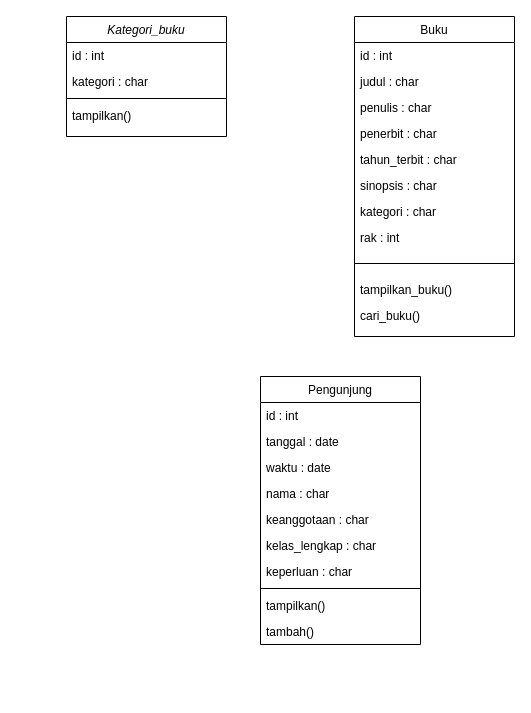
fridaasmara/Project-TEFA keeps this draw.io diagram as ClassDiagram.drawio. Above is the earlier version. Source tidied: cells renumbered, new cells numbered last; positions are measured from the earlier drawing's top-left corner, leaving out a move shared by most shapes. Both pictures are drawn from the tidied source at 100%, with x=0, y=0 at pixel (66, 16).
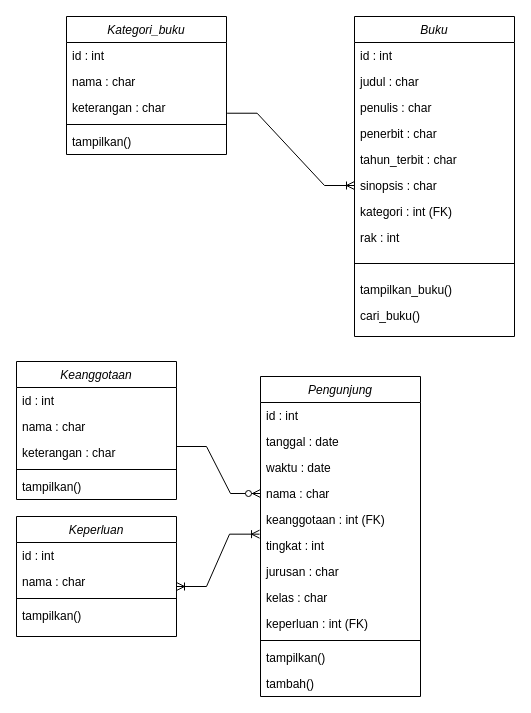
The same page after the edit.

Unchanged cells that the change refers to:
```xml
<mxCell id="11" value="nama : char" style="text;align=left;verticalAlign=top;spacingLeft=4;spacingRight=4;overflow=hidden;points=[[0,0.5],[1,0.5]];portConstraint=eastwest;rounded=0;shadow=0;html=0;" parent="7" vertex="1">
  <mxGeometry y="104" width="160" height="26" as="geometry" />
</mxCell>
<mxCell id="24" value="sinopsis : char" style="text;align=left;verticalAlign=top;spacingLeft=4;spacingRight=4;overflow=hidden;points=[[0,0.5],[1,0.5]];portConstraint=eastwest;rounded=0;shadow=0;html=0;" parent="18" vertex="1">
  <mxGeometry y="156" width="160" height="26" as="geometry" />
</mxCell>
```

Diff of the diagram source:
```diff
@@
     <mxCell id="2" value="Kategori_buku" style="swimlane;fontStyle=2;align=center;verticalAlign=top;horizontal=1;startSize=26;rounded=0;shadow=0;strokeWidth=1;" parent="1" vertex="1">
-      <mxGeometry width="160" height="120" as="geometry" />
+      <mxGeometry width="160" height="138" as="geometry" />
     </mxCell>
@@
+    <mxCell id="30" value="nama : char" style="text;align=left;verticalAlign=top;spacingLeft=4;spacingRight=4;overflow=hidden;" parent="2" vertex="1">
+      <mxGeometry y="52" width="160" height="26" as="geometry" />
+    </mxCell>
-    <mxCell id="4" value="kategori : char" style="text;align=left;verticalAlign=top;spacingLeft=4;spacingRight=4;overflow=hidden;points=[[0,0.5],[1,0.5]];portConstraint=eastwest;rounded=0;shadow=0;html=0;" parent="2" vertex="1">
-      <mxGeometry y="52" width="160" height="26" as="geometry" />
+    <mxCell id="4" value="keterangan : char" style="text;align=left;verticalAlign=top;spacingLeft=4;spacingRight=4;overflow=hidden;points=[[0,0.5],[1,0.5]];portConstraint=eastwest;rounded=0;shadow=0;html=0;" parent="2" vertex="1">
+      <mxGeometry y="78" width="160" height="26" as="geometry" />
     </mxCell>
     <mxCell id="5" style="line;html=1;strokeWidth=1;align=left;verticalAlign=middle;spacingTop=-1;spacingLeft=3;spacingRight=3;labelPosition=right;" parent="2" vertex="1">
-      <mxGeometry y="78" width="160" height="8" as="geometry" />
+      <mxGeometry y="104" width="160" height="8" as="geometry" />
     </mxCell>
     <mxCell id="6" value="tampilkan()" style="text;align=left;verticalAlign=top;spacingLeft=4;spacingRight=4;overflow=hidden;" parent="2" vertex="1">
-      <mxGeometry y="86" width="160" height="26" as="geometry" />
+      <mxGeometry y="112" width="160" height="26" as="geometry" />
     </mxCell>
-    <mxCell id="7" value="Pengunjung" style="swimlane;fontStyle=0;align=center;verticalAlign=top;horizontal=1;startSize=26;rounded=0;shadow=0;strokeWidth=1;" parent="1" vertex="1">
-      <mxGeometry x="194" y="360" width="160" height="268" as="geometry" />
+    <mxCell id="7" value="Pengunjung" style="swimlane;fontStyle=2;align=center;verticalAlign=top;horizontal=1;startSize=26;rounded=0;shadow=0;strokeWidth=1;" parent="1" vertex="1">
+      <mxGeometry x="194" y="360" width="160" height="320" as="geometry" />
     </mxCell>
@@
-    <mxCell id="12" value="keanggotaan : char" style="text;align=left;verticalAlign=top;spacingLeft=4;spacingRight=4;overflow=hidden;rounded=0;shadow=0;html=0;" parent="7" vertex="1">
+    <mxCell id="12" value="keanggotaan : int (FK)" style="text;align=left;verticalAlign=top;spacingLeft=4;spacingRight=4;overflow=hidden;rounded=0;shadow=0;html=0;" parent="7" vertex="1">
       <mxGeometry y="130" width="160" height="26" as="geometry" />
     </mxCell>
-    <mxCell id="13" value="kelas_lengkap : char" style="text;align=left;verticalAlign=top;spacingLeft=4;spacingRight=4;overflow=hidden;points=[[0,0.5],[1,0.5]];portConstraint=eastwest;rounded=0;shadow=0;html=0;" parent="7" vertex="1">
+    <mxCell id="13" value="tingkat : int" style="text;align=left;verticalAlign=top;spacingLeft=4;spacingRight=4;overflow=hidden;points=[[0,0.5],[1,0.5]];portConstraint=eastwest;rounded=0;shadow=0;html=0;" parent="7" vertex="1">
       <mxGeometry y="156" width="160" height="26" as="geometry" />
     </mxCell>
+    <mxCell id="31" value="jurusan : char" style="text;align=left;verticalAlign=top;spacingLeft=4;spacingRight=4;overflow=hidden;rounded=0;shadow=0;html=0;" parent="7" vertex="1">
+      <mxGeometry y="182" width="160" height="26" as="geometry" />
+    </mxCell>
+    <mxCell id="32" value="kelas : char" style="text;align=left;verticalAlign=top;spacingLeft=4;spacingRight=4;overflow=hidden;rounded=0;shadow=0;html=0;" parent="7" vertex="1">
+      <mxGeometry y="208" width="160" height="26" as="geometry" />
+    </mxCell>
-    <mxCell id="14" value="keperluan : char" style="text;align=left;verticalAlign=top;spacingLeft=4;spacingRight=4;overflow=hidden;rounded=0;shadow=0;html=0;" parent="7" vertex="1">
-      <mxGeometry y="182" width="160" height="26" as="geometry" />
+    <mxCell id="14" value="keperluan : int (FK)" style="text;align=left;verticalAlign=top;spacingLeft=4;spacingRight=4;overflow=hidden;rounded=0;shadow=0;html=0;" parent="7" vertex="1">
+      <mxGeometry y="234" width="160" height="26" as="geometry" />
     </mxCell>
     <mxCell id="15" style="line;html=1;strokeWidth=1;align=left;verticalAlign=middle;spacingTop=-1;spacingLeft=3;spacingRight=3;labelPosition=right;" parent="7" vertex="1">
-      <mxGeometry y="208" width="160" height="8" as="geometry" />
+      <mxGeometry y="260" width="160" height="8" as="geometry" />
     </mxCell>
     <mxCell id="16" value="tampilkan()" style="text;align=left;verticalAlign=top;spacingLeft=4;spacingRight=4;overflow=hidden;" parent="7" vertex="1">
-      <mxGeometry y="216" width="160" height="26" as="geometry" />
+      <mxGeometry y="268" width="160" height="26" as="geometry" />
     </mxCell>
     <mxCell id="17" value="tambah()" style="text;align=left;verticalAlign=top;spacingLeft=4;spacingRight=4;overflow=hidden;" parent="7" vertex="1">
-      <mxGeometry y="242" width="160" height="26" as="geometry" />
+      <mxGeometry y="294" width="160" height="26" as="geometry" />
     </mxCell>
-    <mxCell id="18" value="Buku" style="swimlane;fontStyle=0;align=center;verticalAlign=top;horizontal=1;startSize=26;rounded=0;shadow=0;strokeWidth=1;" parent="1" vertex="1">
+    <mxCell id="18" value="Buku" style="swimlane;fontStyle=2;align=center;verticalAlign=top;horizontal=1;startSize=26;rounded=0;shadow=0;strokeWidth=1;" parent="1" vertex="1">
       <mxGeometry x="288" width="160" height="320" as="geometry" />
     </mxCell>
@@
-    <mxCell id="25" value="kategori : char" style="text;align=left;verticalAlign=top;spacingLeft=4;spacingRight=4;overflow=hidden;rounded=0;shadow=0;html=0;" parent="18" vertex="1">
+    <mxCell id="25" value="kategori : int (FK)" style="text;align=left;verticalAlign=top;spacingLeft=4;spacingRight=4;overflow=hidden;rounded=0;shadow=0;html=0;" parent="18" vertex="1">
       <mxGeometry y="182" width="160" height="26" as="geometry" />
     </mxCell>
@@
+    <mxCell id="33" value="Keanggotaan" style="swimlane;fontStyle=2;align=center;verticalAlign=top;horizontal=1;startSize=26;rounded=0;shadow=0;strokeWidth=1;" parent="1" vertex="1">
+      <mxGeometry x="-50" y="345" width="160" height="138" as="geometry" />
+    </mxCell>
+    <mxCell id="34" value="id : int" style="text;align=left;verticalAlign=top;spacingLeft=4;spacingRight=4;overflow=hidden;" parent="33" vertex="1">
+      <mxGeometry y="26" width="160" height="26" as="geometry" />
+    </mxCell>
+    <mxCell id="35" value="nama : char" style="text;align=left;verticalAlign=top;spacingLeft=4;spacingRight=4;overflow=hidden;rounded=0;shadow=0;html=0;" parent="33" vertex="1">
+      <mxGeometry y="52" width="160" height="26" as="geometry" />
+    </mxCell>
+    <mxCell id="36" value="keterangan : char" style="text;align=left;verticalAlign=top;spacingLeft=4;spacingRight=4;overflow=hidden;rounded=0;shadow=0;html=0;" parent="33" vertex="1">
+      <mxGeometry y="78" width="160" height="26" as="geometry" />
+    </mxCell>
+    <mxCell id="37" style="line;html=1;strokeWidth=1;align=left;verticalAlign=middle;spacingTop=-1;spacingLeft=3;spacingRight=3;labelPosition=right;" parent="33" vertex="1">
+      <mxGeometry y="104" width="160" height="8" as="geometry" />
+    </mxCell>
+    <mxCell id="38" value="tampilkan()" style="text;align=left;verticalAlign=top;spacingLeft=4;spacingRight=4;overflow=hidden;" parent="33" vertex="1">
+      <mxGeometry y="112" width="160" height="26" as="geometry" />
+    </mxCell>
+    <mxCell id="39" value="Keperluan" style="swimlane;fontStyle=2;align=center;verticalAlign=top;horizontal=1;startSize=26;rounded=0;shadow=0;strokeWidth=1;" parent="1" vertex="1">
+      <mxGeometry x="-50" y="500" width="160" height="120" as="geometry" />
+    </mxCell>
+    <mxCell id="40" value="id : int" style="text;align=left;verticalAlign=top;spacingLeft=4;spacingRight=4;overflow=hidden;" parent="39" vertex="1">
+      <mxGeometry y="26" width="160" height="26" as="geometry" />
+    </mxCell>
+    <mxCell id="41" value="nama : char" style="text;align=left;verticalAlign=top;spacingLeft=4;spacingRight=4;overflow=hidden;rounded=0;shadow=0;html=0;" parent="39" vertex="1">
+      <mxGeometry y="52" width="160" height="26" as="geometry" />
+    </mxCell>
+    <mxCell id="42" style="line;html=1;strokeWidth=1;align=left;verticalAlign=middle;spacingTop=-1;spacingLeft=3;spacingRight=3;labelPosition=right;" parent="39" vertex="1">
+      <mxGeometry y="78" width="160" height="8" as="geometry" />
+    </mxCell>
+    <mxCell id="43" value="tampilkan()" style="text;align=left;verticalAlign=top;spacingLeft=4;spacingRight=4;overflow=hidden;" parent="39" vertex="1">
+      <mxGeometry y="86" width="160" height="26" as="geometry" />
+    </mxCell>
+    <mxCell id="44" style="edgeStyle=entityRelationEdgeStyle;fontSize=12;html=1;endArrow=ERoneToMany;rounded=0;exitX=1.004;exitY=0.72;exitDx=0;exitDy=0;exitPerimeter=0;entryX=0;entryY=0.5;entryDx=0;entryDy=0;" parent="1" edge="1" source="4" target="24">
+      <mxGeometry relative="1" as="geometry">
+        <Array as="points">
+          <mxPoint x="230" y="80" />
+          <mxPoint x="230" y="190" />
+        </Array>
+      </mxGeometry>
+    </mxCell>
+    <mxCell id="45" style="edgeStyle=entityRelationEdgeStyle;fontSize=12;html=1;endArrow=ERoneToMany;startArrow=ERoneToMany;rounded=0;entryX=-0.006;entryY=0.064;entryDx=0;entryDy=0;entryPerimeter=0;" parent="1" edge="1" target="13">
+      <mxGeometry relative="1" as="geometry">
+        <mxPoint x="110" y="570" as="sourcePoint" />
+      </mxGeometry>
+    </mxCell>
+    <mxCell id="46" style="edgeStyle=entityRelationEdgeStyle;fontSize=12;html=1;endArrow=ERzeroToMany;endFill=1;rounded=0;entryX=0;entryY=0.5;entryDx=0;entryDy=0;" parent="1" edge="1" target="11">
+      <mxGeometry relative="1" as="geometry">
+        <mxPoint x="110" y="430" as="sourcePoint" />
+      </mxGeometry>
+    </mxCell>
```
